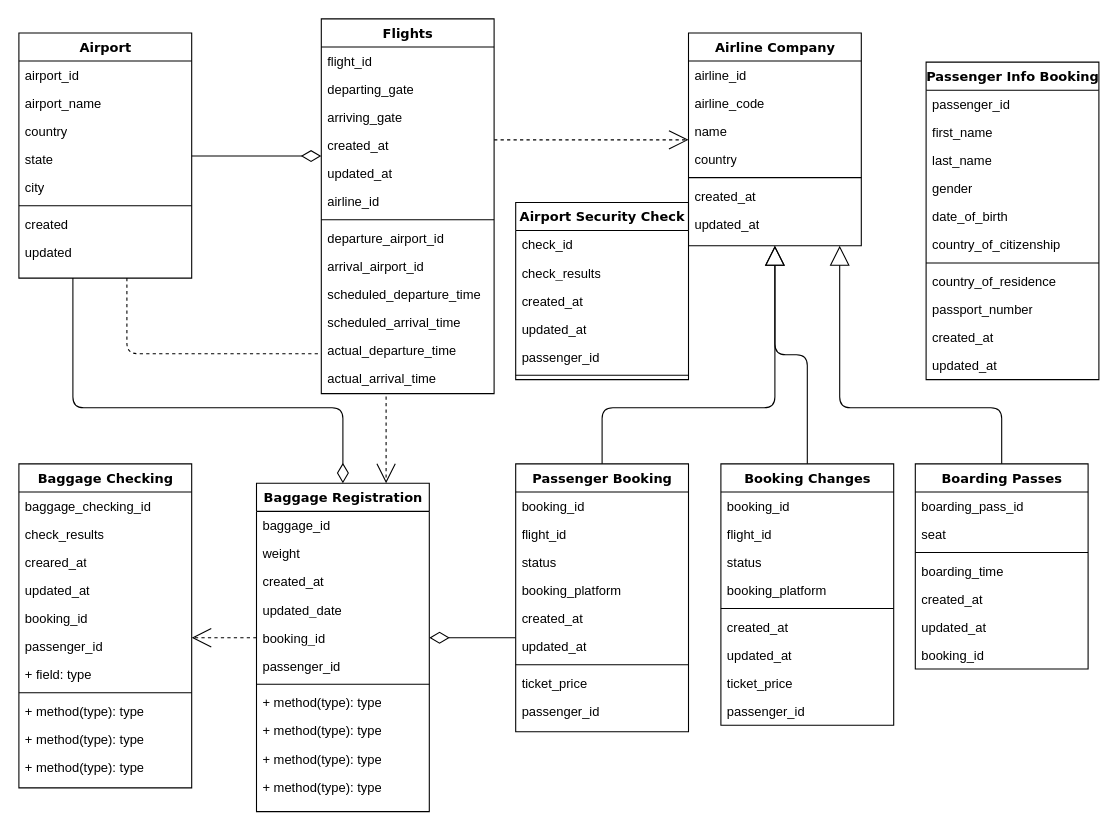
This is Assignment1-DBMS.drawio from AnyokaCS/DBMS, a draw.io file, before an edit. Source tidied: cells renumbered, new cells numbered last; positions are measured from the earlier drawing's top-left corner, leaving out a move shared by most shapes. Both pictures are drawn from the tidied source at 108%, with x=0, y=0 at pixel (18, 18).
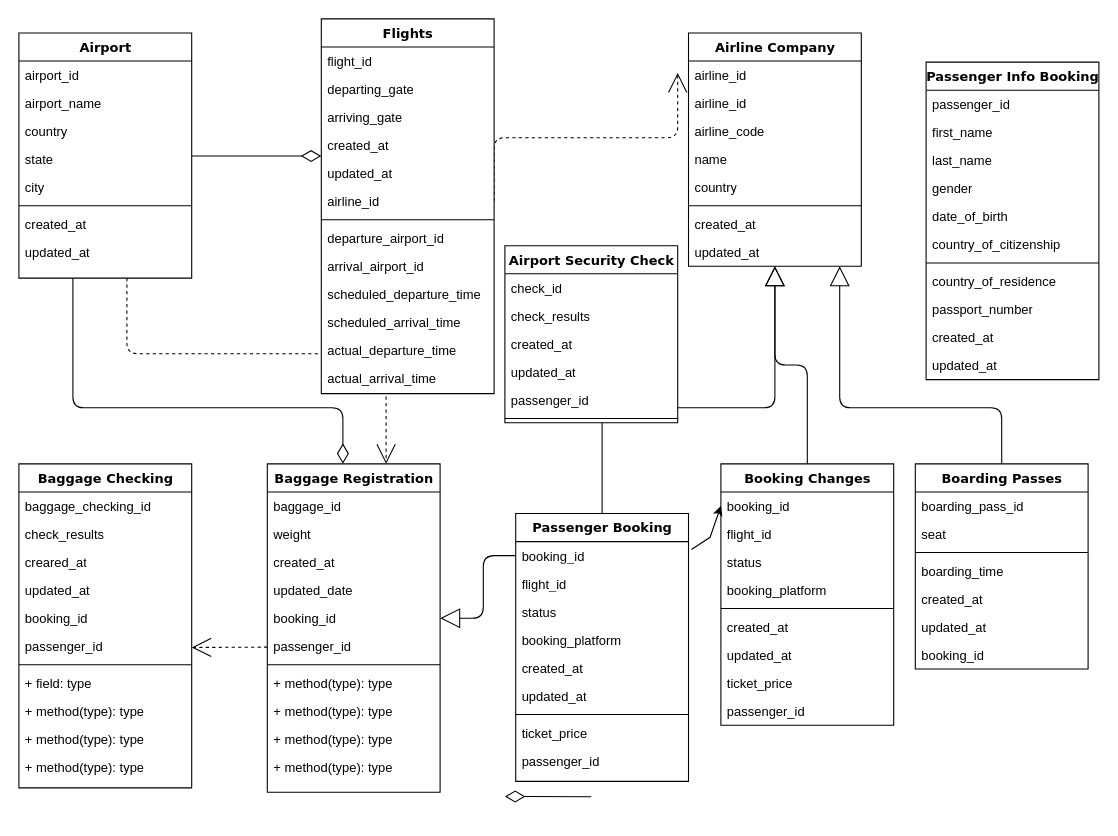
The same page after the edit.

Unchanged cells that the change refers to:
```xml
<mxCell id="4" value="Airport" style="swimlane;html=1;fontStyle=1;align=center;verticalAlign=top;horizontal=1;startSize=26;swimlaneFillColor=#ffffff;rounded=0;shadow=0;comic=0;labelBackgroundColor=none;strokeWidth=1;fillColor=none;fontFamily=Verdana;fontSize=12;" parent="1" vertex="1">
  <mxGeometry y="13" width="160" height="227" as="geometry" />
</mxCell>
<mxCell id="14" value="Flights" style="swimlane;html=1;fontStyle=1;align=center;verticalAlign=top;horizontal=1;startSize=26;swimlaneFillColor=#ffffff;rounded=0;shadow=0;comic=0;labelBackgroundColor=none;strokeWidth=1;fillColor=none;fontFamily=Verdana;fontSize=12;" parent="1" vertex="1">
  <mxGeometry x="280" width="160" height="347" as="geometry" />
</mxCell>
<mxCell id="20" value="airline_id" style="text;html=1;strokeColor=none;fillColor=none;align=left;verticalAlign=top;spacingLeft=4;spacingRight=4;whiteSpace=wrap;overflow=hidden;points=[[0,0.5],[1,0.5]];portConstraint=eastwest;labelBackgroundColor=none;" parent="14" vertex="1">
  <mxGeometry y="156" width="160" height="26" as="geometry" />
</mxCell>
<mxCell id="37" value="Baggage Checking" style="swimlane;html=1;fontStyle=1;align=center;verticalAlign=top;horizontal=1;startSize=26;swimlaneFillColor=#ffffff;rounded=0;shadow=0;comic=0;labelBackgroundColor=none;strokeWidth=1;fillColor=none;fontFamily=Verdana;fontSize=12;" parent="1" vertex="1">
  <mxGeometry y="412" width="160" height="300" as="geometry" />
</mxCell>
<mxCell id="55" value="booking_id" style="text;html=1;strokeColor=none;fillColor=none;align=left;verticalAlign=top;spacingLeft=4;spacingRight=4;whiteSpace=wrap;overflow=hidden;points=[[0,0.5],[1,0.5]];portConstraint=eastwest;labelBackgroundColor=none;" parent="50" vertex="1">
  <mxGeometry y="130" width="160" height="26" as="geometry" />
</mxCell>
<mxCell id="64" value="booking_id" style="text;html=1;strokeColor=none;fillColor=none;align=left;verticalAlign=top;spacingLeft=4;spacingRight=4;whiteSpace=wrap;overflow=hidden;points=[[0,0.5],[1,0.5]];portConstraint=eastwest;labelBackgroundColor=none;" parent="63" vertex="1">
  <mxGeometry y="26" width="160" height="26" as="geometry" />
</mxCell>
<mxCell id="75" value="booking_id" style="text;html=1;strokeColor=none;fillColor=none;align=left;verticalAlign=top;spacingLeft=4;spacingRight=4;whiteSpace=wrap;overflow=hidden;points=[[0,0.5],[1,0.5]];portConstraint=eastwest;labelBackgroundColor=none;" parent="74" vertex="1">
  <mxGeometry y="26" width="160" height="26" as="geometry" />
</mxCell>
```

Change to the diagram source:
```diff
@@
-    <mxCell id="11" value="created" style="text;html=1;strokeColor=none;fillColor=none;align=left;verticalAlign=top;spacingLeft=4;spacingRight=4;whiteSpace=wrap;overflow=hidden;labelBackgroundColor=none;" parent="4" vertex="1">
+    <mxCell id="11" value="created_at" style="text;html=1;strokeColor=none;fillColor=none;align=left;verticalAlign=top;spacingLeft=4;spacingRight=4;whiteSpace=wrap;overflow=hidden;labelBackgroundColor=none;" parent="4" vertex="1">
       <mxGeometry y="164" width="160" height="26" as="geometry" />
     </mxCell>
-    <mxCell id="12" value="updated" style="text;html=1;strokeColor=none;fillColor=none;align=left;verticalAlign=top;spacingLeft=4;spacingRight=4;whiteSpace=wrap;overflow=hidden;labelBackgroundColor=none;" parent="4" vertex="1">
+    <mxCell id="12" value="updated_at" style="text;html=1;strokeColor=none;fillColor=none;align=left;verticalAlign=top;spacingLeft=4;spacingRight=4;whiteSpace=wrap;overflow=hidden;labelBackgroundColor=none;" parent="4" vertex="1">
       <mxGeometry y="190" width="160" height="26" as="geometry" />
     </mxCell>
-    <mxCell id="13" style="edgeStyle=elbowEdgeStyle;html=1;labelBackgroundColor=none;startFill=0;startSize=8;endArrow=open;endFill=0;endSize=16;fontFamily=Verdana;fontSize=12;elbow=vertical;dashed=1;fontColor=default;" parent="1" edge="1" source="14" target="28">
-      <mxGeometry relative="1" as="geometry" />
+    <mxCell id="13" style="edgeStyle=elbowEdgeStyle;html=1;labelBackgroundColor=none;startFill=0;startSize=8;endArrow=open;endFill=0;endSize=16;fontFamily=Verdana;fontSize=12;elbow=vertical;dashed=1;fontColor=default;exitX=1;exitY=0.5;exitDx=0;exitDy=0;" parent="1" edge="1" source="20">
+      <mxGeometry relative="1" as="geometry">
+        <mxPoint x="610" y="50" as="targetPoint" />
+        <Array as="points">
+          <mxPoint x="530" y="110" />
+        </Array>
+      </mxGeometry>
     </mxCell>
@@
     <mxCell id="28" value="Airline Company" style="swimlane;html=1;fontStyle=1;align=center;verticalAlign=top;horizontal=1;startSize=26;swimlaneFillColor=#ffffff;rounded=0;shadow=0;comic=0;labelBackgroundColor=none;strokeWidth=1;fillColor=none;fontFamily=Verdana;fontSize=12;" parent="1" vertex="1">
-      <mxGeometry x="620" y="13" width="160" height="197" as="geometry" />
+      <mxGeometry x="620" y="13" width="160" height="216" as="geometry" />
     </mxCell>
+    <mxCell id="113" value="airline_id" style="text;html=1;strokeColor=none;fillColor=none;align=left;verticalAlign=top;spacingLeft=4;spacingRight=4;whiteSpace=wrap;overflow=hidden;labelBackgroundColor=none;" parent="28" vertex="1">
+      <mxGeometry y="26" width="160" height="26" as="geometry" />
+    </mxCell>
     <mxCell id="29" value="airline_id" style="text;html=1;strokeColor=none;fillColor=none;align=left;verticalAlign=top;spacingLeft=4;spacingRight=4;whiteSpace=wrap;overflow=hidden;labelBackgroundColor=none;" parent="28" vertex="1">
-      <mxGeometry y="26" width="160" height="26" as="geometry" />
+      <mxGeometry y="52" width="160" height="26" as="geometry" />
     </mxCell>
     <mxCell id="30" value="airline_code" style="text;html=1;strokeColor=none;fillColor=none;align=left;verticalAlign=top;spacingLeft=4;spacingRight=4;whiteSpace=wrap;overflow=hidden;labelBackgroundColor=none;" parent="28" vertex="1">
-      <mxGeometry y="52" width="160" height="26" as="geometry" />
+      <mxGeometry y="78" width="160" height="26" as="geometry" />
     </mxCell>
     <mxCell id="31" value="name" style="text;html=1;strokeColor=none;fillColor=none;align=left;verticalAlign=top;spacingLeft=4;spacingRight=4;whiteSpace=wrap;overflow=hidden;labelBackgroundColor=none;" parent="28" vertex="1">
-      <mxGeometry y="78" width="160" height="26" as="geometry" />
+      <mxGeometry y="104" width="160" height="26" as="geometry" />
     </mxCell>
     <mxCell id="32" value="country" style="text;html=1;strokeColor=none;fillColor=none;align=left;verticalAlign=top;spacingLeft=4;spacingRight=4;whiteSpace=wrap;overflow=hidden;labelBackgroundColor=none;" parent="28" vertex="1">
-      <mxGeometry y="104" width="160" height="26" as="geometry" />
+      <mxGeometry y="130" width="160" height="26" as="geometry" />
     </mxCell>
     <mxCell id="33" style="line;html=1;strokeWidth=1;fillColor=none;align=left;verticalAlign=middle;spacingTop=-1;spacingLeft=3;spacingRight=3;labelPosition=right;labelBackgroundColor=none;" parent="28" vertex="1">
-      <mxGeometry y="130" width="160" height="8" as="geometry" />
+      <mxGeometry y="156" width="160" height="8" as="geometry" />
     </mxCell>
     <mxCell id="34" value="created_at" style="text;html=1;strokeColor=none;fillColor=none;align=left;verticalAlign=top;spacingLeft=4;spacingRight=4;whiteSpace=wrap;overflow=hidden;labelBackgroundColor=none;" parent="28" vertex="1">
-      <mxGeometry y="138" width="160" height="26" as="geometry" />
+      <mxGeometry y="164" width="160" height="26" as="geometry" />
     </mxCell>
     <mxCell id="35" value="updated_at" style="text;html=1;strokeColor=none;fillColor=none;align=left;verticalAlign=top;spacingLeft=4;spacingRight=4;whiteSpace=wrap;overflow=hidden;labelBackgroundColor=none;" parent="28" vertex="1">
-      <mxGeometry y="164" width="160" height="26" as="geometry" />
+      <mxGeometry y="190" width="160" height="26" as="geometry" />
     </mxCell>
-    <mxCell id="36" style="edgeStyle=elbowEdgeStyle;html=1;labelBackgroundColor=none;startFill=0;startSize=8;endArrow=open;endFill=0;endSize=16;fontFamily=Verdana;fontSize=12;elbow=vertical;dashed=1;fontColor=default;exitX=0;exitY=0.5;exitDx=0;exitDy=0;" parent="1" edge="1" source="55" target="37">
-      <mxGeometry relative="1" as="geometry" />
+    <mxCell id="36" style="edgeStyle=elbowEdgeStyle;html=1;labelBackgroundColor=none;startFill=0;startSize=8;endArrow=open;endFill=0;endSize=16;fontFamily=Verdana;fontSize=12;elbow=vertical;dashed=1;fontColor=default;exitX=0;exitY=0.5;exitDx=0;exitDy=0;" parent="1" edge="1">
+      <mxGeometry relative="1" as="geometry">
+        <mxPoint x="230" y="581.7" as="sourcePoint" />
+        <mxPoint x="160" y="581.8" as="targetPoint" />
+      </mxGeometry>
     </mxCell>
@@
+    <mxCell id="45" style="line;html=1;strokeWidth=1;fillColor=none;align=left;verticalAlign=middle;spacingTop=-1;spacingLeft=3;spacingRight=3;labelPosition=right;labelBackgroundColor=none;" parent="37" vertex="1">
+      <mxGeometry y="182" width="160" height="8" as="geometry" />
+    </mxCell>
     <mxCell id="44" value="+ field: type" style="text;html=1;strokeColor=none;fillColor=none;align=left;verticalAlign=top;spacingLeft=4;spacingRight=4;whiteSpace=wrap;overflow=hidden;labelBackgroundColor=none;" parent="37" vertex="1">
-      <mxGeometry y="182" width="160" height="26" as="geometry" />
+      <mxGeometry y="190" width="160" height="26" as="geometry" />
     </mxCell>
-    <mxCell id="45" style="line;html=1;strokeWidth=1;fillColor=none;align=left;verticalAlign=middle;spacingTop=-1;spacingLeft=3;spacingRight=3;labelPosition=right;labelBackgroundColor=none;" parent="37" vertex="1">
-      <mxGeometry y="208" width="160" height="8" as="geometry" />
-    </mxCell>
@@
-    <mxCell id="49" style="edgeStyle=elbowEdgeStyle;html=1;labelBackgroundColor=none;startFill=0;startSize=8;endArrow=diamondThin;endFill=0;endSize=16;fontFamily=Verdana;fontSize=12;elbow=vertical;fontColor=default;entryX=1;entryY=0.5;entryDx=0;entryDy=0;" parent="1" edge="1" source="63" target="55">
-      <mxGeometry relative="1" as="geometry" />
+    <mxCell id="49" style="edgeStyle=elbowEdgeStyle;html=1;labelBackgroundColor=none;startFill=0;startSize=8;endArrow=diamondThin;endFill=0;endSize=16;fontFamily=Verdana;fontSize=12;elbow=vertical;fontColor=default;entryX=1;entryY=0.5;entryDx=0;entryDy=0;" parent="1" edge="1">
+      <mxGeometry relative="1" as="geometry">
+        <mxPoint x="530" y="720.3" as="sourcePoint" />
+        <mxPoint x="450" y="720" as="targetPoint" />
+      </mxGeometry>
     </mxCell>
     <mxCell id="50" value="Baggage Registration" style="swimlane;html=1;fontStyle=1;align=center;verticalAlign=top;horizontal=1;startSize=26;swimlaneFillColor=#ffffff;rounded=0;shadow=0;comic=0;labelBackgroundColor=none;strokeWidth=1;fillColor=none;fontFamily=Verdana;fontSize=12;" parent="1" vertex="1">
-      <mxGeometry x="220" y="430" width="160" height="304" as="geometry" />
+      <mxGeometry x="230" y="412" width="160" height="304" as="geometry" />
     </mxCell>
@@
     <mxCell id="63" value="Passenger Booking" style="swimlane;html=1;fontStyle=1;align=center;verticalAlign=top;horizontal=1;startSize=26;swimlaneFillColor=#ffffff;rounded=0;shadow=0;comic=0;labelBackgroundColor=none;strokeWidth=1;fillColor=none;fontFamily=Verdana;fontSize=12;" parent="1" vertex="1">
-      <mxGeometry x="460" y="412" width="160" height="248" as="geometry" />
+      <mxGeometry x="460" y="458" width="160" height="248" as="geometry" />
     </mxCell>
@@
     <mxCell id="106" value="Airport Security Check" style="swimlane;html=1;fontStyle=1;align=center;verticalAlign=top;horizontal=1;startSize=26;swimlaneFillColor=#ffffff;rounded=0;shadow=0;comic=0;labelBackgroundColor=none;strokeWidth=1;fillColor=none;fontFamily=Verdana;fontSize=12;" parent="1" vertex="1">
-      <mxGeometry x="460" y="170" width="160" height="164" as="geometry" />
+      <mxGeometry x="450" y="210" width="160" height="164" as="geometry" />
     </mxCell>
@@
+    <mxCell id="114" style="edgeStyle=orthogonalEdgeStyle;html=1;labelBackgroundColor=none;startFill=0;startSize=8;endArrow=block;endFill=0;endSize=16;fontFamily=Verdana;fontSize=12;fontColor=default;exitX=0;exitY=0.5;exitDx=0;exitDy=0;entryX=1;entryY=0.5;entryDx=0;entryDy=0;" parent="1" edge="1" source="64" target="55">
+      <mxGeometry relative="1" as="geometry">
+        <Array as="points">
+          <mxPoint x="430" y="497" />
+          <mxPoint x="430" y="555" />
+        </Array>
+      </mxGeometry>
+    </mxCell>
+    <mxCell id="115" style="endArrow=classic;html=1;rounded=0;entryX=0;entryY=0.5;entryDx=0;entryDy=0;exitX=1.017;exitY=0.282;exitDx=0;exitDy=0;exitPerimeter=0;" parent="1" edge="1" source="64" target="75">
+      <mxGeometry relative="1" as="geometry">
+        <Array as="points">
+          <mxPoint x="640" y="480" />
+        </Array>
+      </mxGeometry>
+    </mxCell>
```
